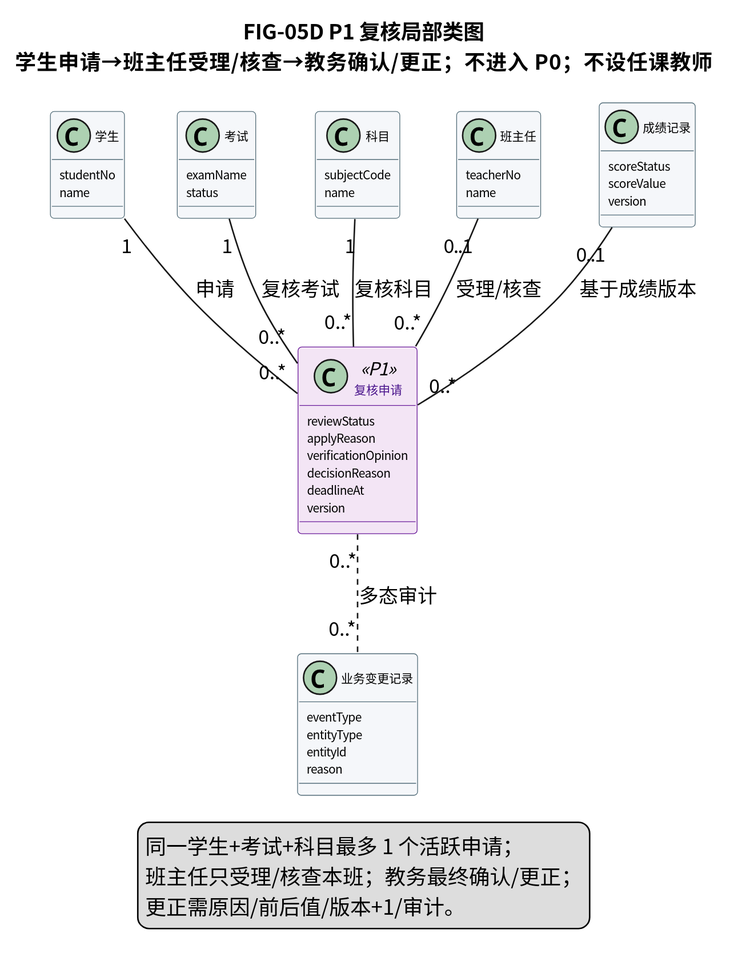
Above: docs/requirements/diagrams/svg/FIG-05D-P1复核局部类图.svg in Creepppper/Student_System (PlantUML), before the change. The source it was exported from:
```plantuml
@startuml
skinparam defaultFontName "Noto Sans CJK SC"
skinparam dpi 180
skinparam shadowing false
skinparam classAttributeIconSize 0
skinparam classFontSize 8
skinparam classAttributeFontSize 8
skinparam class {
  BackgroundColor #F5F7FA
  BorderColor #546E7A
}
skinparam class<<P1>> {
  BackgroundColor #F3E5F5
  BorderColor #6A1B9A
  FontColor #4A148C
}
title FIG-05D P1 复核局部类图\n学生申请→班主任受理/核查→教务确认/更正；不进入 P0；不设任课教师

class "学生" as Student {
  studentNo
  name
}
class "考试" as Exam {
  examName
  status
}
class "科目" as Subject {
  subjectCode
  name
}
class "班主任" as Head {
  teacherNo
  name
}
class "成绩记录" as Score {
  scoreStatus
  scoreValue
  version
}
class "复核申请" as Review <<P1>> {
  reviewStatus
  applyReason
  verificationOpinion
  decisionReason
  deadlineAt
  version
}
class "业务变更记录" as Audit {
  eventType
  entityType
  entityId
  reason
}

Student "1" -- "0..*" Review : 申请
Exam "1" -- "0..*" Review : 复核考试
Subject "1" -- "0..*" Review : 复核科目
Head "0..1" -- "0..*" Review : 受理/核查
Score "0..1" -- "0..*" Review : 基于成绩版本
Review "0..*" .. "0..*" Audit : 多态审计
legend bottom
  同一学生+考试+科目最多 1 个活跃申请；
  班主任只受理/核查本班；教务最终确认/更正；
  更正需原因/前后值/版本+1/审计。
endlegend
@enduml
```
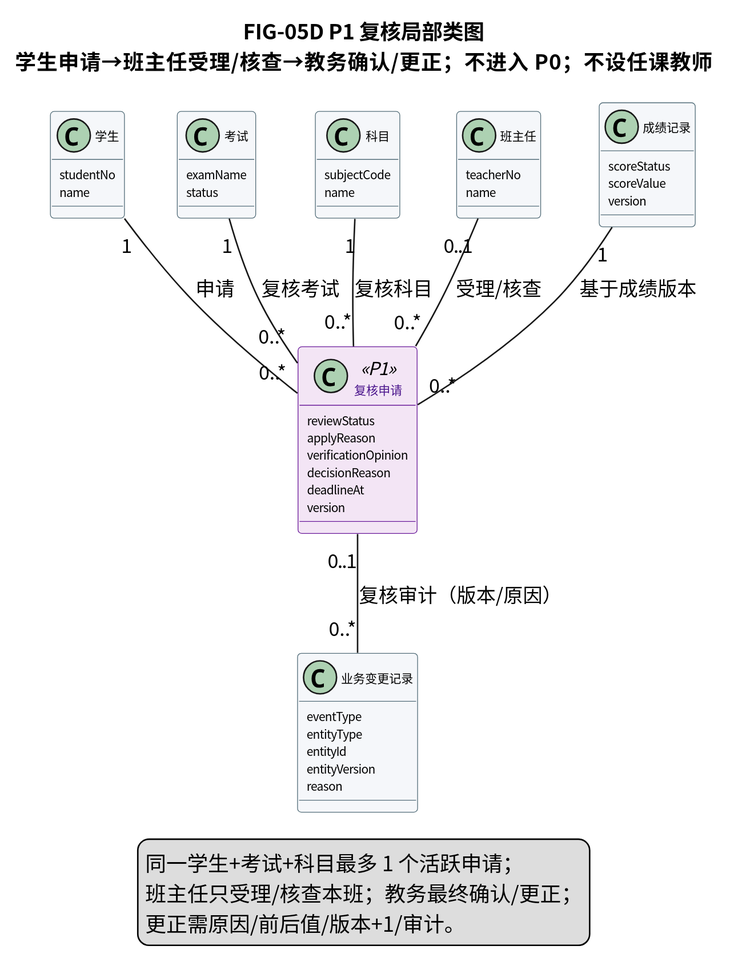
Above is the later version.

Change to the diagram source:
```diff
@@ -49,6 +49,7 @@
   eventType
   entityType
   entityId
+  entityVersion
   reason
 }
 
@@ -56,8 +57,8 @@
 Exam "1" -- "0..*" Review : 复核考试
 Subject "1" -- "0..*" Review : 复核科目
 Head "0..1" -- "0..*" Review : 受理/核查
-Score "0..1" -- "0..*" Review : 基于成绩版本
-Review "0..*" .. "0..*" Audit : 多态审计
+Score "1" -- "0..*" Review : 基于成绩版本
+Review "0..1" -- "0..*" Audit : 复核审计（版本/原因）
 legend bottom
   同一学生+考试+科目最多 1 个活跃申请；
   班主任只受理/核查本班；教务最终确认/更正；
```
